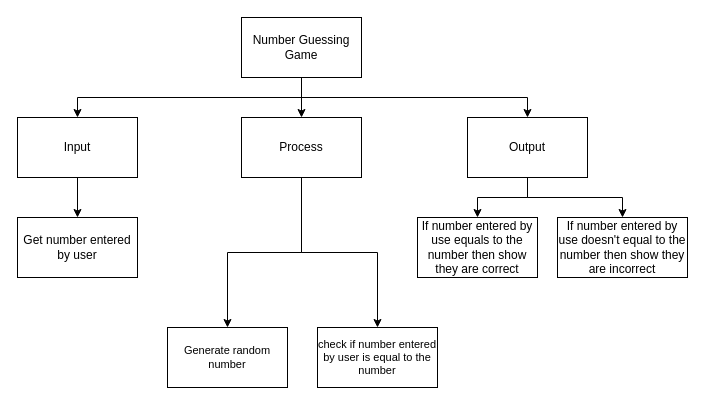
michael-clermont1/ICS3U-Unit4-03-Python keeps this draw.io diagram as design.drawio. Above is the earlier version. Source tidied: cells renumbered, new cells numbered last; positions are measured from the earlier drawing's top-left corner, leaving out a move shared by most shapes. Both pictures are drawn from the tidied source at 100%, with x=0, y=0 at pixel (17, 17).
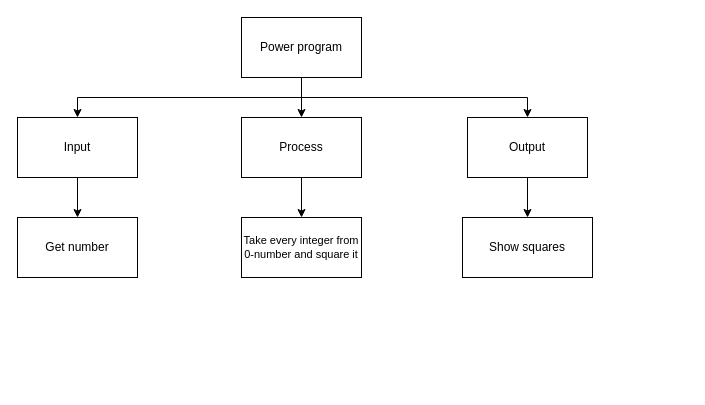
The same diagram, later.

The change refers to these unchanged cells:
```xml
<mxCell id="10" value="Process" style="rounded=0;whiteSpace=wrap;html=1;" parent="1" vertex="1">
  <mxGeometry x="224" y="100" width="120" height="60" as="geometry" />
</mxCell>
<mxCell id="13" value="Output" style="rounded=0;whiteSpace=wrap;html=1;" parent="1" vertex="1">
  <mxGeometry x="450" y="100" width="120" height="60" as="geometry" />
</mxCell>
```

Change to the diagram source:
```diff
@@
-    <mxCell id="5" value="Number Guessing Game" style="rounded=0;whiteSpace=wrap;html=1;" parent="1" vertex="1">
+    <mxCell id="5" value="Power program" style="rounded=0;whiteSpace=wrap;html=1;" parent="1" vertex="1">
       <mxGeometry x="224" width="120" height="60" as="geometry" />
     </mxCell>
@@
-    <mxCell id="9" style="edgeStyle=orthogonalEdgeStyle;html=1;entryX=0.5;entryY=0;entryDx=0;entryDy=0;rounded=0;" parent="1" edge="1" source="10" target="18">
-      <mxGeometry relative="1" as="geometry" />
-    </mxCell>
@@
-    <mxCell id="11" style="edgeStyle=orthogonalEdgeStyle;html=1;entryX=0.5;entryY=0;entryDx=0;entryDy=0;rounded=0;" parent="1" edge="1" source="13" target="15">
-      <mxGeometry relative="1" as="geometry" />
-    </mxCell>
@@
-    <mxCell id="14" value="Get number entered by user" style="rounded=0;whiteSpace=wrap;html=1;" parent="1" vertex="1">
+    <mxCell id="14" value="Get number" style="rounded=0;whiteSpace=wrap;html=1;" parent="1" vertex="1">
       <mxGeometry y="200" width="120" height="60" as="geometry" />
     </mxCell>
-    <mxCell id="15" value="If number entered by use equals to the number then show they are correct" style="rounded=0;whiteSpace=wrap;html=1;" parent="1" vertex="1">
-      <mxGeometry x="400" y="200" width="120" height="60" as="geometry" />
-    </mxCell>
-    <mxCell id="16" value="check if number entered by user is equal to the number" style="rounded=0;whiteSpace=wrap;html=1;fontFamily=Helvetica;fontSize=11;fontColor=default;" parent="1" vertex="1">
-      <mxGeometry x="300" y="310" width="120" height="60" as="geometry" />
+    <mxCell id="16" value="Take every integer from 0-number and square it" style="rounded=0;whiteSpace=wrap;html=1;fontFamily=Helvetica;fontSize=11;fontColor=default;" parent="1" vertex="1">
+      <mxGeometry x="224" y="200" width="120" height="60" as="geometry" />
     </mxCell>
-    <mxCell id="17" value="If number entered by use doesn't equal to the number then show they are incorrect" style="rounded=0;whiteSpace=wrap;html=1;" parent="1" vertex="1">
-      <mxGeometry x="540" y="200" width="130" height="60" as="geometry" />
+    <mxCell id="17" value="Show squares" style="rounded=0;whiteSpace=wrap;html=1;" parent="1" vertex="1">
+      <mxGeometry x="445" y="200" width="130" height="60" as="geometry" />
     </mxCell>
-    <mxCell id="18" value="Generate random number" style="rounded=0;whiteSpace=wrap;html=1;fontFamily=Helvetica;fontSize=11;fontColor=default;" parent="1" vertex="1">
-      <mxGeometry x="150" y="310" width="120" height="60" as="geometry" />
-    </mxCell>
```
